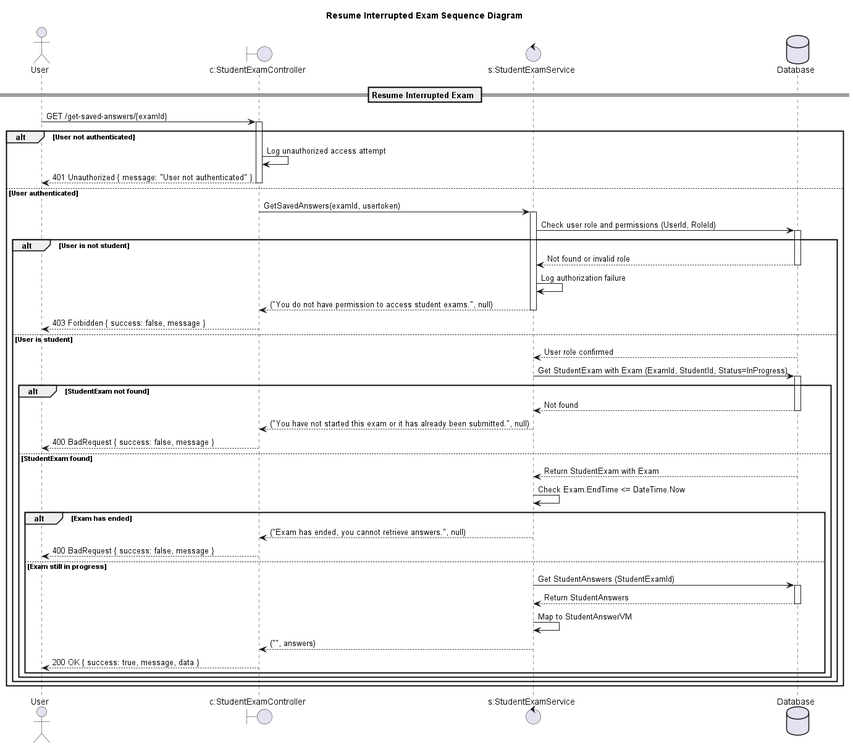
Before: design/out/resumeinterruptedexamsequencediagram/resumeinterruptedexamsequencediagram.png, a diagram exported from PlantUML (conghoan1211/AI-Kiosk-Testing-system). Its diagram source:
```plantuml
@startuml

title Resume Interrupted Exam Sequence Diagram

actor "User" as Client
boundary "c:StudentExamController" as Controller
control "s:StudentExamService" as Service
database "Database" as DB

== Resume Interrupted Exam ==

Client -> Controller: GET /get-saved-answers/{examId}
activate Controller

alt User not authenticated
    Controller -> Controller: Log unauthorized access attempt
    Controller --> Client: 401 Unauthorized { message: "User not authenticated" }
    deactivate Controller
else User authenticated
    Controller -> Service: GetSavedAnswers(examId, usertoken)
    activate Service

    Service -> DB: Check user role and permissions (UserId, RoleId)
    activate DB
    alt User is not student
        DB --> Service: Not found or invalid role
        deactivate DB
        Service -> Service: Log authorization failure
        Service --> Controller: ("You do not have permission to access student exams.", null)
        deactivate Service
        Controller --> Client: 403 Forbidden { success: false, message }
        deactivate Controller
    else User is student
        DB --> Service: User role confirmed
        deactivate DB

        Service -> DB: Get StudentExam with Exam (ExamId, StudentId, Status=InProgress)
        activate DB
        alt StudentExam not found
            DB --> Service: Not found
            deactivate DB
            Service --> Controller: ("You have not started this exam or it has already been submitted.", null)
            deactivate Service
            Controller --> Client: 400 BadRequest { success: false, message }
            deactivate Controller
        else StudentExam found
            DB --> Service: Return StudentExam with Exam
            deactivate DB

            Service -> Service: Check Exam.EndTime <= DateTime.Now
            alt Exam has ended
                Service --> Controller: ("Exam has ended, you cannot retrieve answers.", null)
                deactivate Service
                Controller --> Client: 400 BadRequest { success: false, message }
                deactivate Controller
            else Exam still in progress
                Service -> DB: Get StudentAnswers (StudentExamId)
                activate DB
                DB --> Service: Return StudentAnswers
                deactivate DB

                Service -> Service: Map to StudentAnswerVM
                Service --> Controller: ("", answers)
                deactivate Service
                Controller --> Client: 200 OK { success: true, message, data }
                deactivate Controller
            end alt
        end alt
    end
end

@enduml
```
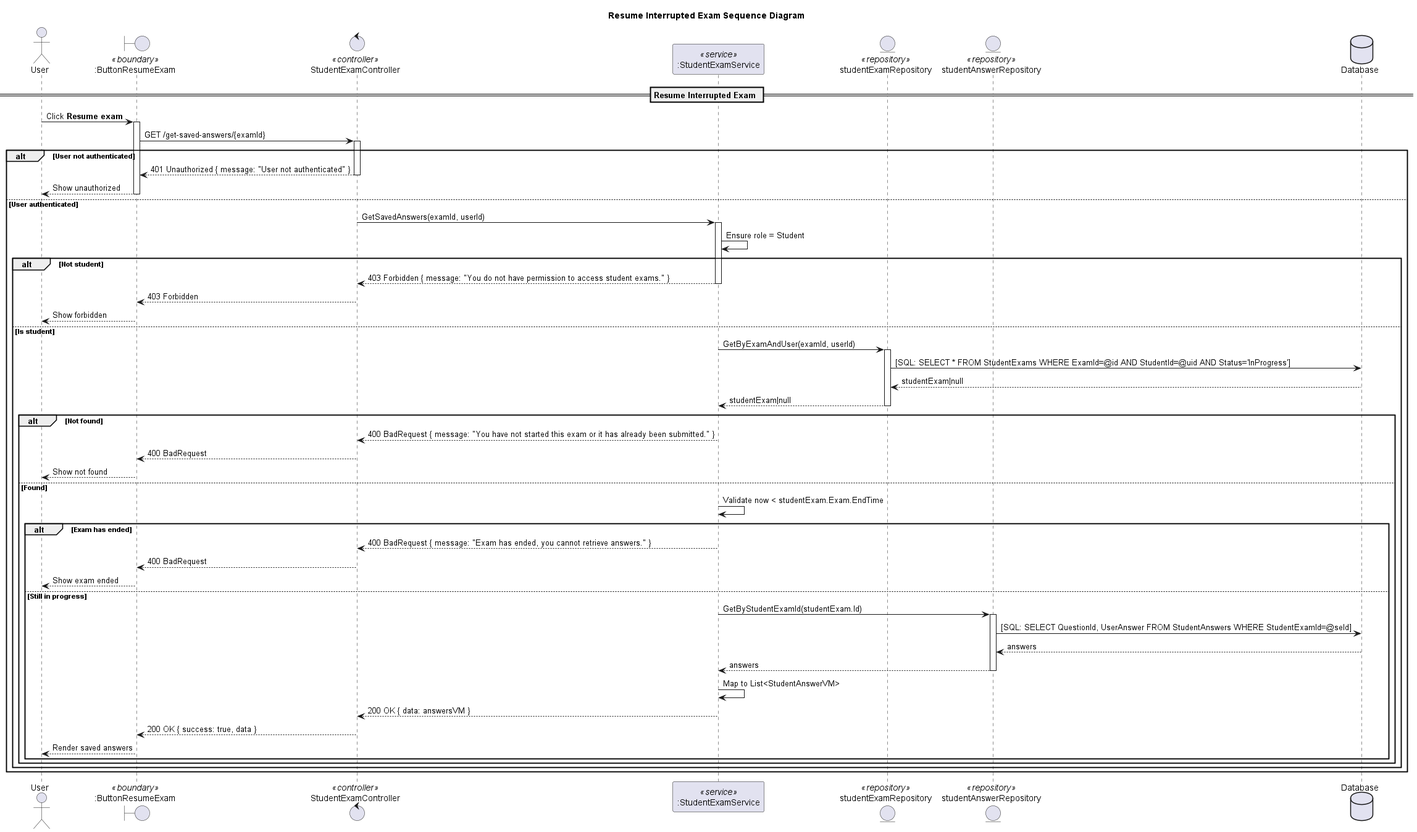
After the change.

What changed in the source:
```diff
@@ -1,72 +1,81 @@
 @startuml
-
 title Resume Interrupted Exam Sequence Diagram
 
 actor "User" as Client
-boundary "c:StudentExamController" as Controller
-control "s:StudentExamService" as Service
+boundary ":ButtonResumeExam" as UI <<boundary>>
+control "StudentExamController" as Controller <<controller>>
+participant ":StudentExamService" as Service <<service>>
+
+entity "studentExamRepository" as StuExamRepo <<repository>>
+entity "studentAnswerRepository" as AnswerRepo <<repository>>
+
 database "Database" as DB
 
 == Resume Interrupted Exam ==
 
-Client -> Controller: GET /get-saved-answers/{examId}
+Client -> UI: Click **Resume exam**
+activate UI
+UI -> Controller: GET /get-saved-answers/{examId}
 activate Controller
 
 alt User not authenticated
-    Controller -> Controller: Log unauthorized access attempt
-    Controller --> Client: 401 Unauthorized { message: "User not authenticated" }
+  Controller --> UI: 401 Unauthorized { message: "User not authenticated" }
+  deactivate Controller
+  UI --> Client: Show unauthorized
+  deactivate UI
+else User authenticated
+  Controller -> Service: GetSavedAnswers(examId, userId)
+  activate Service
+
+  Service -> Service: Ensure role = Student
+  alt Not student
+    Service --> Controller: 403 Forbidden { message: "You do not have permission to access student exams." }
+    deactivate Service
+    Controller --> UI: 403 Forbidden
     deactivate Controller
-else User authenticated
-    Controller -> Service: GetSavedAnswers(examId, usertoken)
-    activate Service
+    UI --> Client: Show forbidden
+    deactivate UI
+  else Is student
+    Service -> StuExamRepo: GetByExamAndUser(examId, userId)
+    activate StuExamRepo
+    StuExamRepo -> DB: [SQL: SELECT * FROM StudentExams WHERE ExamId=@id AND StudentId=@uid AND Status='InProgress']
+    DB --> StuExamRepo: studentExam|null
+    StuExamRepo --> Service: studentExam|null
+    deactivate StuExamRepo
 
-    Service -> DB: Check user role and permissions (UserId, RoleId)
-    activate DB
-    alt User is not student
-        DB --> Service: Not found or invalid role
-        deactivate DB
-        Service -> Service: Log authorization failure
-        Service --> Controller: ("You do not have permission to access student exams.", null)
+    alt Not found
+      Service --> Controller: 400 BadRequest { message: "You have not started this exam or it has already been submitted." }
+      deactivate Service
+      Controller --> UI: 400 BadRequest
+      deactivate Controller
+      UI --> Client: Show not found
+      deactivate UI
+    else Found
+      Service -> Service: Validate now < studentExam.Exam.EndTime
+      alt Exam has ended
+        Service --> Controller: 400 BadRequest { message: "Exam has ended, you cannot retrieve answers." }
         deactivate Service
-        Controller --> Client: 403 Forbidden { success: false, message }
+        Controller --> UI: 400 BadRequest
         deactivate Controller
-    else User is student
-        DB --> Service: User role confirmed
-        deactivate DB
+        UI --> Client: Show exam ended
+        deactivate UI
+      else Still in progress
+        Service -> AnswerRepo: GetByStudentExamId(studentExam.Id)
+        activate AnswerRepo
+        AnswerRepo -> DB: [SQL: SELECT QuestionId, UserAnswer FROM StudentAnswers WHERE StudentExamId=@seId]
+        DB --> AnswerRepo: answers
+        AnswerRepo --> Service: answers
+        deactivate AnswerRepo
 
-        Service -> DB: Get StudentExam with Exam (ExamId, StudentId, Status=InProgress)
-        activate DB
-        alt StudentExam not found
-            DB --> Service: Not found
-            deactivate DB
-            Service --> Controller: ("You have not started this exam or it has already been submitted.", null)
-            deactivate Service
-            Controller --> Client: 400 BadRequest { success: false, message }
-            deactivate Controller
-        else StudentExam found
-            DB --> Service: Return StudentExam with Exam
-            deactivate DB
-
-            Service -> Service: Check Exam.EndTime <= DateTime.Now
-            alt Exam has ended
-                Service --> Controller: ("Exam has ended, you cannot retrieve answers.", null)
-                deactivate Service
-                Controller --> Client: 400 BadRequest { success: false, message }
-                deactivate Controller
-            else Exam still in progress
-                Service -> DB: Get StudentAnswers (StudentExamId)
-                activate DB
-                DB --> Service: Return StudentAnswers
-                deactivate DB
-
-                Service -> Service: Map to StudentAnswerVM
-                Service --> Controller: ("", answers)
-                deactivate Service
-                Controller --> Client: 200 OK { success: true, message, data }
-                deactivate Controller
-            end alt
-        end alt
-    end
-end
-
+        Service -> Service: Map to List<StudentAnswerVM>
+        Service --> Controller: 200 OK { data: answersVM }
+        deactivate Service
+        Controller --> UI: 200 OK { success: true, data }
+        deactivate Controller
+        UI --> Client: Render saved answers
+        deactivate UI
+      end alt
+    end alt
+  end alt
+end alt
 @enduml
```
